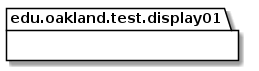
Earlier version of the PlantUML export docs/uml-class-diagrams/display01/test/Display01TestPackage.png (elilley15/csi-3370-software-project). Source of this version:
```plantuml
@startuml Display01TestPackage

package edu.oakland.test.display01 {

}

@enduml
```
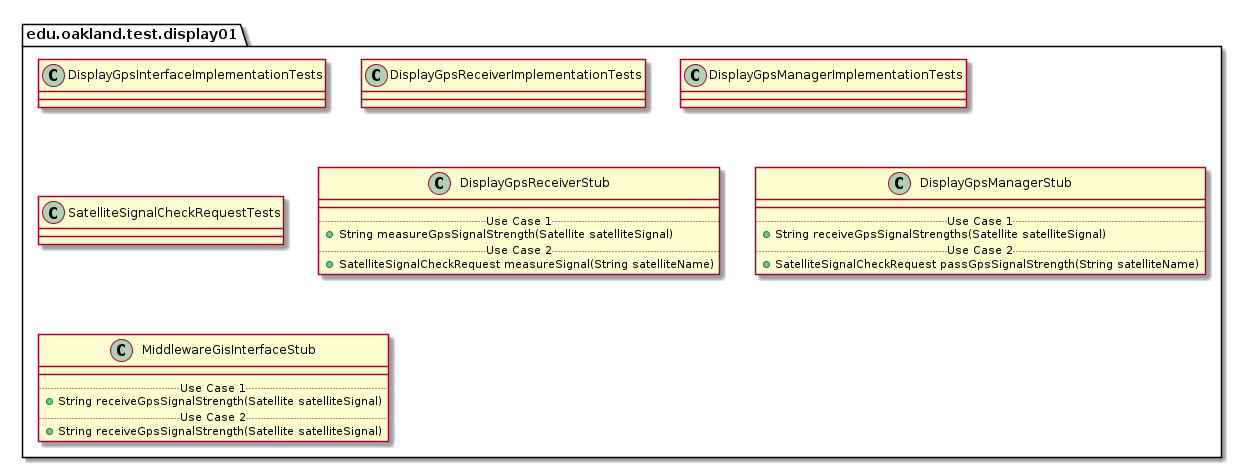
After the commit.

Change to the diagram source:
```diff
@@ -4,4 +4,66 @@
 
 }
 
+
+package edu.oakland.test.display01 {
+    class DisplayGpsInterfaceImplementationTests {
+
+    }
+}
+
+
+package edu.oakland.test.display01 {
+    class DisplayGpsReceiverImplementationTests {
+
+    }
+}
+
+
+package edu.oakland.test.display01 {
+    class DisplayGpsManagerImplementationTests {
+
+    }
+}
+
+
+package edu.oakland.test.display01 {
+    class SatelliteSignalCheckRequestTests {
+
+    }
+}
+
+
+package edu.oakland.test.display01 {
+    class DisplayGpsReceiverStub {
+        __
+        .. Use Case 1 ..
+        + String measureGpsSignalStrength(Satellite satelliteSignal)
+        .. Use Case 2 ..
+        + SatelliteSignalCheckRequest measureSignal(String satelliteName)
+    }
+}
+
+
+package edu.oakland.test.display01 {
+    class DisplayGpsManagerStub {
+        __
+        .. Use Case 1 ..
+        + String receiveGpsSignalStrengths(Satellite satelliteSignal)
+        .. Use Case 2 ..
+        + SatelliteSignalCheckRequest passGpsSignalStrength(String satelliteName)
+    }
+}
+
+
+package edu.oakland.test.display01 {
+    class MiddlewareGisInterfaceStub {
+        __
+        .. Use Case 1 ..
+        + String receiveGpsSignalStrength(Satellite satelliteSignal)
+        .. Use Case 2 ..
+        + String receiveGpsSignalStrength(Satellite satelliteSignal)
+    }
+}
+
+
 @enduml
```
